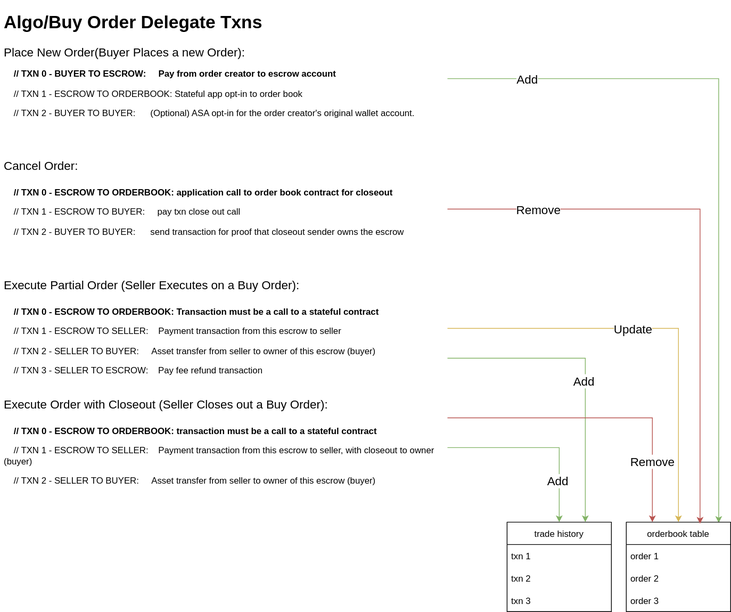
This is spec/Transactions.svg from algodex/algodex-sdk, a draw.io export, as it was before one commit. Source tidied: cells renumbered, new cells last; positions are measured from the earlier drawing's top-left corner, leaving out a move shared by most shapes.
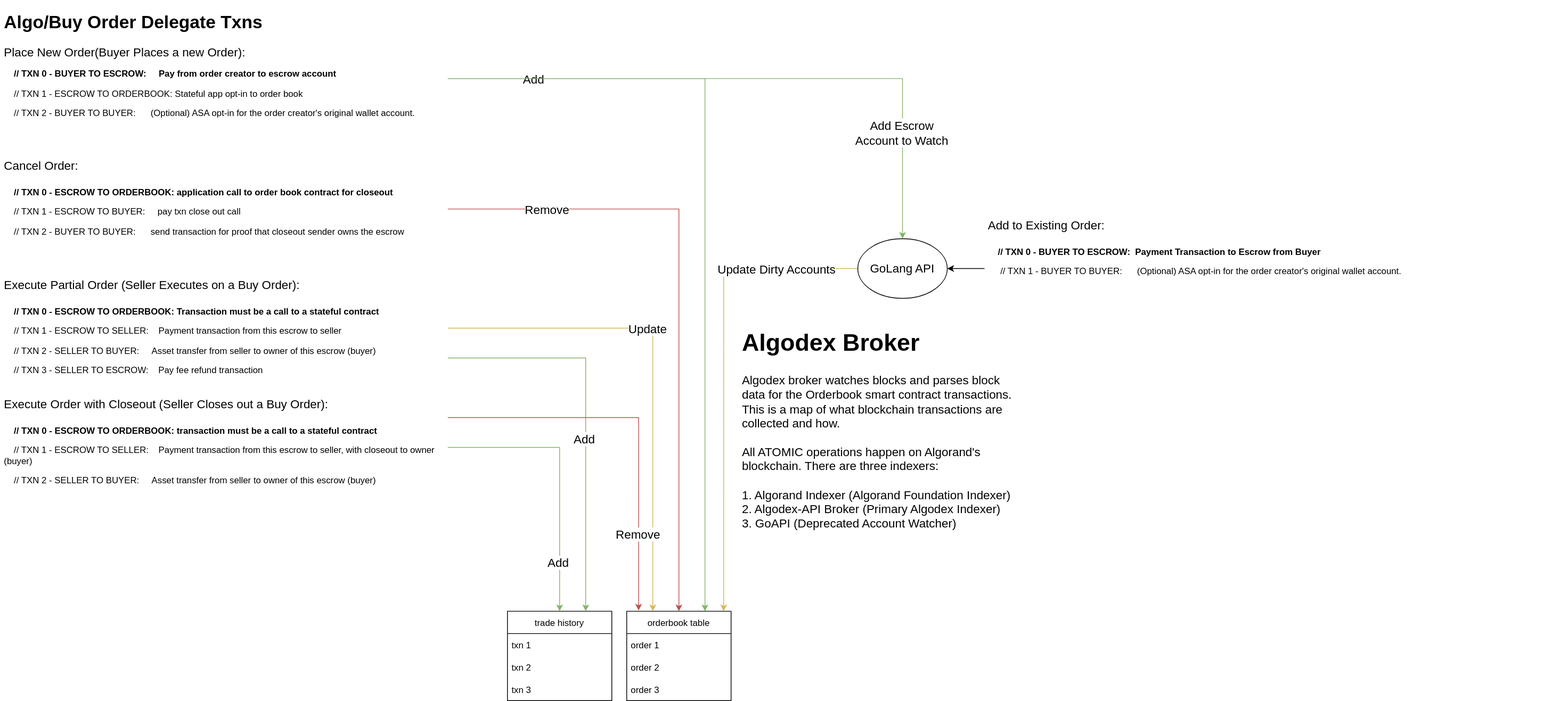
After the change.

Commit message:
📝 Add to exsiting example

What changed in the source:
```diff
@@ -2,7 +2,7 @@
   <root>
     <mxCell id="0" />
     <mxCell id="1" parent="0" />
-    <mxCell id="2" style="edgeStyle=orthogonalEdgeStyle;rounded=0;jettySize=auto;html=1;fontSize=16;fillColor=#d5e8d4;strokeColor=#82b366;entryX=0.886;entryY=0.008;entryDx=0;entryDy=0;entryPerimeter=0;" parent="1" edge="1" source="4" target="5">
+    <mxCell id="2" style="edgeStyle=orthogonalEdgeStyle;rounded=0;jettySize=auto;html=1;fontSize=16;fillColor=#d5e8d4;strokeColor=#82b366;entryX=0.75;entryY=0;entryDx=0;entryDy=0;" parent="1" edge="1" source="4" target="5">
       <mxGeometry relative="1" as="geometry" />
     </mxCell>
     <mxCell id="3" value="Add" style="edgeLabel;html=1;align=center;verticalAlign=middle;fontSize=16;" parent="2" vertex="1">
@@ -10,11 +10,17 @@
         <mxPoint x="31" y="1" as="offset" />
       </mxGeometry>
     </mxCell>
+    <mxCell id="26" style="edgeStyle=orthogonalEdgeStyle;rounded=0;jettySize=auto;html=1;fontSize=16;fillColor=#d5e8d4;strokeColor=#82b366;" parent="1" edge="1" source="4" target="32">
+      <mxGeometry relative="1" as="geometry" />
+    </mxCell>
+    <mxCell id="27" value="Add Escrow&lt;br&gt;Account to Watch" style="edgeLabel;html=1;align=center;verticalAlign=middle;fontSize=16;" parent="26" vertex="1">
+      <mxGeometry x="0.65" y="-2" relative="1" as="geometry" />
+    </mxCell>
     <mxCell id="4" value="&lt;h1&gt;Algo/Buy Order Delegate Txns&lt;/h1&gt;&lt;p&gt;&lt;font style=&quot;font-size: 16px&quot;&gt;Place New Order(Buyer Places a new Order):&lt;/font&gt;&lt;/p&gt;&lt;p&gt;&amp;nbsp; &amp;nbsp;&lt;b&gt;&amp;nbsp;// TXN 0 - BUYER TO ESCROW:&amp;nbsp; &amp;nbsp; &amp;nbsp;Pay from order creator to escrow account&lt;/b&gt;&lt;/p&gt;&lt;p&gt;&amp;nbsp; &amp;nbsp; // TXN 1 - ESCROW TO ORDERBOOK: Stateful app opt-in to order book&lt;/p&gt;&lt;p&gt;&amp;nbsp; &amp;nbsp; // TXN 2 - BUYER TO BUYER:&amp;nbsp; &amp;nbsp; &amp;nbsp; (Optional) ASA opt-in for the order creator's original wallet account.&lt;/p&gt;&lt;p&gt;&lt;br&gt;&lt;/p&gt;" style="text;html=1;strokeColor=none;fillColor=none;spacing=5;spacingTop=-20;whiteSpace=wrap;overflow=hidden;rounded=0;" parent="1" vertex="1">
       <mxGeometry width="600" height="190" as="geometry" />
     </mxCell>
     <mxCell id="5" value="orderbook table" style="swimlane;fontStyle=0;horizontal=1;startSize=30;" parent="1" vertex="1">
-      <mxGeometry x="840" y="690" width="140" height="120" as="geometry" />
+      <mxGeometry x="840" y="810" width="140" height="120" as="geometry" />
     </mxCell>
     <mxCell id="6" value="order 1" style="text;strokeColor=none;fillColor=none;align=left;verticalAlign=middle;spacingLeft=4;spacingRight=4;overflow=hidden;" parent="5" vertex="1">
       <mxGeometry y="30" width="140" height="30" as="geometry" />
@@ -26,7 +32,7 @@
       <mxGeometry y="90" width="140" height="30" as="geometry" />
     </mxCell>
     <mxCell id="9" value="trade history" style="swimlane;fontStyle=0;horizontal=1;startSize=30;" parent="1" vertex="1">
-      <mxGeometry x="680" y="690" width="140" height="120" as="geometry" />
+      <mxGeometry x="680" y="810" width="140" height="120" as="geometry" />
     </mxCell>
     <mxCell id="10" value="txn 1" style="text;strokeColor=none;fillColor=none;align=left;verticalAlign=middle;spacingLeft=4;spacingRight=4;overflow=hidden;" parent="9" vertex="1">
       <mxGeometry y="30" width="140" height="30" as="geometry" />
@@ -37,7 +43,7 @@
     <mxCell id="12" value="txn 3" style="text;strokeColor=none;fillColor=none;align=left;verticalAlign=middle;spacingLeft=4;spacingRight=4;overflow=hidden;" parent="9" vertex="1">
       <mxGeometry y="90" width="140" height="30" as="geometry" />
     </mxCell>
-    <mxCell id="13" style="edgeStyle=orthogonalEdgeStyle;rounded=0;jettySize=auto;html=1;entryX=0.707;entryY=0.017;entryDx=0;entryDy=0;fontSize=16;fillColor=#f8cecc;strokeColor=#b85450;entryPerimeter=0;" parent="1" edge="1" source="15" target="5">
+    <mxCell id="13" style="edgeStyle=orthogonalEdgeStyle;rounded=0;jettySize=auto;html=1;entryX=0.5;entryY=0;entryDx=0;entryDy=0;fontSize=16;fillColor=#f8cecc;strokeColor=#b85450;" parent="1" edge="1" source="15" target="5">
       <mxGeometry relative="1" as="geometry" />
     </mxCell>
     <mxCell id="14" value="Remove" style="edgeLabel;html=1;align=center;verticalAlign=middle;fontSize=16;" parent="13" vertex="1">
@@ -48,7 +54,7 @@
     <mxCell id="15" value="&lt;h1&gt;&lt;span style=&quot;font-size: 16px ; font-weight: normal&quot;&gt;Cancel Order:&lt;/span&gt;&lt;br&gt;&lt;/h1&gt;&lt;p&gt;&amp;nbsp; &amp;nbsp;&lt;b&gt; // TXN 0 - ESCROW TO ORDERBOOK: application call to order book contract for closeout&lt;/b&gt;&lt;/p&gt;&lt;p&gt;&amp;nbsp; &amp;nbsp; // TXN 1 - ESCROW TO BUYER:&amp;nbsp; &amp;nbsp; &amp;nbsp;pay txn close out call&lt;/p&gt;&lt;p&gt;&amp;nbsp; &amp;nbsp; // TXN 2 - BUYER TO BUYER:&amp;nbsp; &amp;nbsp; &amp;nbsp; send transaction for proof that closeout sender owns the escrow&lt;/p&gt;" style="text;html=1;strokeColor=none;fillColor=none;spacing=5;spacingTop=-20;whiteSpace=wrap;overflow=hidden;rounded=0;" parent="1" vertex="1">
       <mxGeometry y="190" width="600" height="160" as="geometry" />
     </mxCell>
-    <mxCell id="16" style="edgeStyle=orthogonalEdgeStyle;rounded=0;jettySize=auto;html=1;entryX=0.5;entryY=0;entryDx=0;entryDy=0;fontSize=16;fillColor=#fff2cc;strokeColor=#d6b656;" parent="1" edge="1" source="20" target="5">
+    <mxCell id="16" style="edgeStyle=orthogonalEdgeStyle;rounded=0;jettySize=auto;html=1;entryX=0.25;entryY=0;entryDx=0;entryDy=0;fontSize=16;fillColor=#fff2cc;strokeColor=#d6b656;" parent="1" edge="1" source="20" target="5">
       <mxGeometry relative="1" as="geometry" />
     </mxCell>
     <mxCell id="17" value="Update" style="edgeLabel;html=1;align=center;verticalAlign=middle;fontSize=16;" parent="16" vertex="1">
@@ -70,7 +76,7 @@
     <mxCell id="21" style="edgeStyle=orthogonalEdgeStyle;rounded=0;jettySize=auto;html=1;entryX=0.5;entryY=0;entryDx=0;entryDy=0;fontSize=16;fillColor=#d5e8d4;strokeColor=#82b366;" parent="1" edge="1" source="24" target="9">
       <mxGeometry relative="1" as="geometry" />
     </mxCell>
-    <mxCell id="22" style="edgeStyle=orthogonalEdgeStyle;rounded=0;jettySize=auto;html=1;entryX=0.25;entryY=0;entryDx=0;entryDy=0;fontSize=16;fillColor=#f8cecc;strokeColor=#b85450;exitX=1;exitY=0.25;exitDx=0;exitDy=0;" parent="1" edge="1" source="24" target="5">
+    <mxCell id="22" style="edgeStyle=orthogonalEdgeStyle;rounded=0;jettySize=auto;html=1;entryX=0.114;entryY=-0.008;entryDx=0;entryDy=0;fontSize=16;fillColor=#f8cecc;strokeColor=#b85450;exitX=1;exitY=0.25;exitDx=0;exitDy=0;entryPerimeter=0;" parent="1" edge="1" source="24" target="5">
       <mxGeometry relative="1" as="geometry" />
     </mxCell>
     <mxCell id="23" value="Remove" style="edgeLabel;html=1;align=center;verticalAlign=middle;fontSize=16;" parent="22" vertex="1">
@@ -80,9 +86,29 @@
       <mxGeometry y="510" width="600" height="160" as="geometry" />
     </mxCell>
     <mxCell id="25" value="Add" style="edgeLabel;html=1;align=center;verticalAlign=middle;fontSize=16;" parent="1" vertex="1">
-      <mxGeometry x="800" y="630" as="geometry">
+      <mxGeometry x="800" y="740" as="geometry">
         <mxPoint x="-53" y="4" as="offset" />
       </mxGeometry>
     </mxCell>
+    <mxCell id="28" style="edgeStyle=orthogonalEdgeStyle;rounded=0;jettySize=auto;html=1;entryX=1;entryY=0.5;entryDx=0;entryDy=0;fontSize=16;" parent="1" edge="1" source="29" target="32">
+      <mxGeometry relative="1" as="geometry" />
+    </mxCell>
+    <mxCell id="29" value="&lt;h1&gt;&lt;span style=&quot;font-size: 16px ; font-weight: normal&quot;&gt;Add to Existing Order:&lt;/span&gt;&lt;br&gt;&lt;/h1&gt;&lt;p&gt;&amp;nbsp; &amp;nbsp;&lt;b&gt; // TXN 0 - BUYER TO ESCROW:&amp;nbsp; Payment Transaction to Escrow from Buyer&lt;/b&gt;&lt;/p&gt;&lt;p&gt;&amp;nbsp; &amp;nbsp;&amp;nbsp;&lt;span&gt;&amp;nbsp;&lt;/span&gt;&lt;span&gt;// TXN 1 - BUYER TO BUYER:&amp;nbsp; &amp;nbsp; &amp;nbsp; (Optional) ASA opt-in for the order creator's original wallet account.&lt;/span&gt;&lt;/p&gt;" style="text;html=1;strokeColor=none;fillColor=none;spacing=5;spacingTop=-20;whiteSpace=wrap;overflow=hidden;rounded=0;" parent="1" vertex="1">
+      <mxGeometry x="1320" y="270" width="782" height="160" as="geometry" />
+    </mxCell>
+    <mxCell id="30" style="edgeStyle=orthogonalEdgeStyle;rounded=0;jettySize=auto;html=1;exitX=0;exitY=0.5;exitDx=0;exitDy=0;entryX=0.929;entryY=0;entryDx=0;entryDy=0;entryPerimeter=0;fontSize=16;fillColor=#fff2cc;strokeColor=#d6b656;" parent="1" edge="1" source="32" target="5">
+      <mxGeometry relative="1" as="geometry" />
+    </mxCell>
+    <mxCell id="31" value="Update Dirty Accounts" style="edgeLabel;html=1;align=center;verticalAlign=middle;fontSize=16;" parent="30" vertex="1">
+      <mxGeometry x="-0.61" y="-4" relative="1" as="geometry">
+        <mxPoint x="16" y="4" as="offset" />
+      </mxGeometry>
+    </mxCell>
+    <mxCell id="32" value="GoLang API" style="ellipse;whiteSpace=wrap;html=1;fontSize=16;" parent="1" vertex="1">
+      <mxGeometry x="1150" y="310" width="120" height="80" as="geometry" />
+    </mxCell>
+    <mxCell id="33" value="&lt;h1&gt;Algodex Broker&lt;/h1&gt;&lt;p&gt;Algodex broker watches blocks and parses block data for the Orderbook smart contract transactions. This is a map of what blockchain transactions are collected and how.&lt;br&gt;&lt;br&gt;All ATOMIC operations happen on Algorand's blockchain. There are three indexers:&lt;br&gt;&lt;br&gt;1. Algorand Indexer (Algorand Foundation Indexer)&lt;br&gt;2. Algodex-API Broker (Primary Algodex Indexer)&lt;br&gt;3. GoAPI (Deprecated Account Watcher)&lt;/p&gt;" style="text;html=1;strokeColor=none;fillColor=none;spacing=5;spacingTop=-20;whiteSpace=wrap;overflow=hidden;rounded=0;fontSize=16;" parent="1" vertex="1">
+      <mxGeometry x="990" y="420" width="380" height="290" as="geometry" />
+    </mxCell>
   </root>
 </mxGraphModel>
```
